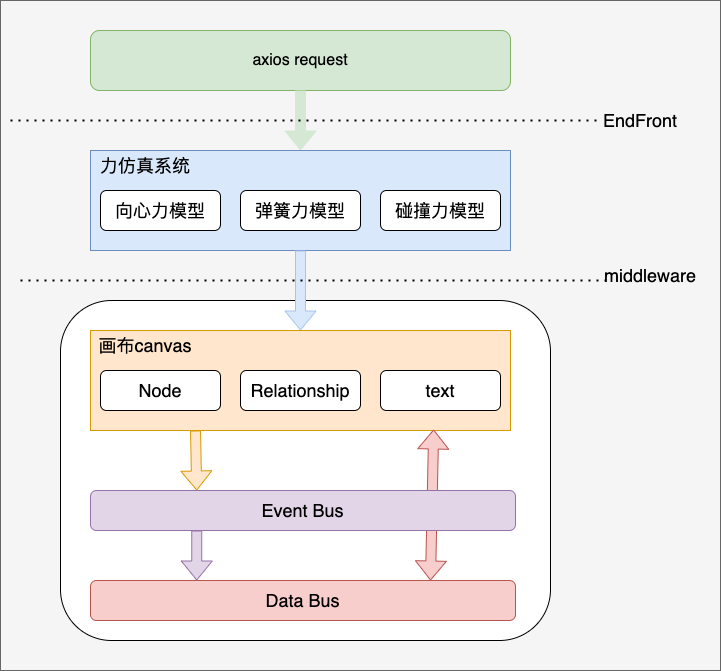
This is docs/imgs/图谱更新整体流程图.png from Alex-Li2018/arrow-app, a draw.io export, as it was before one commit. Source tidied: cells renumbered, new cells last; positions are measured from the earlier drawing's top-left corner, leaving out a move shared by most shapes.
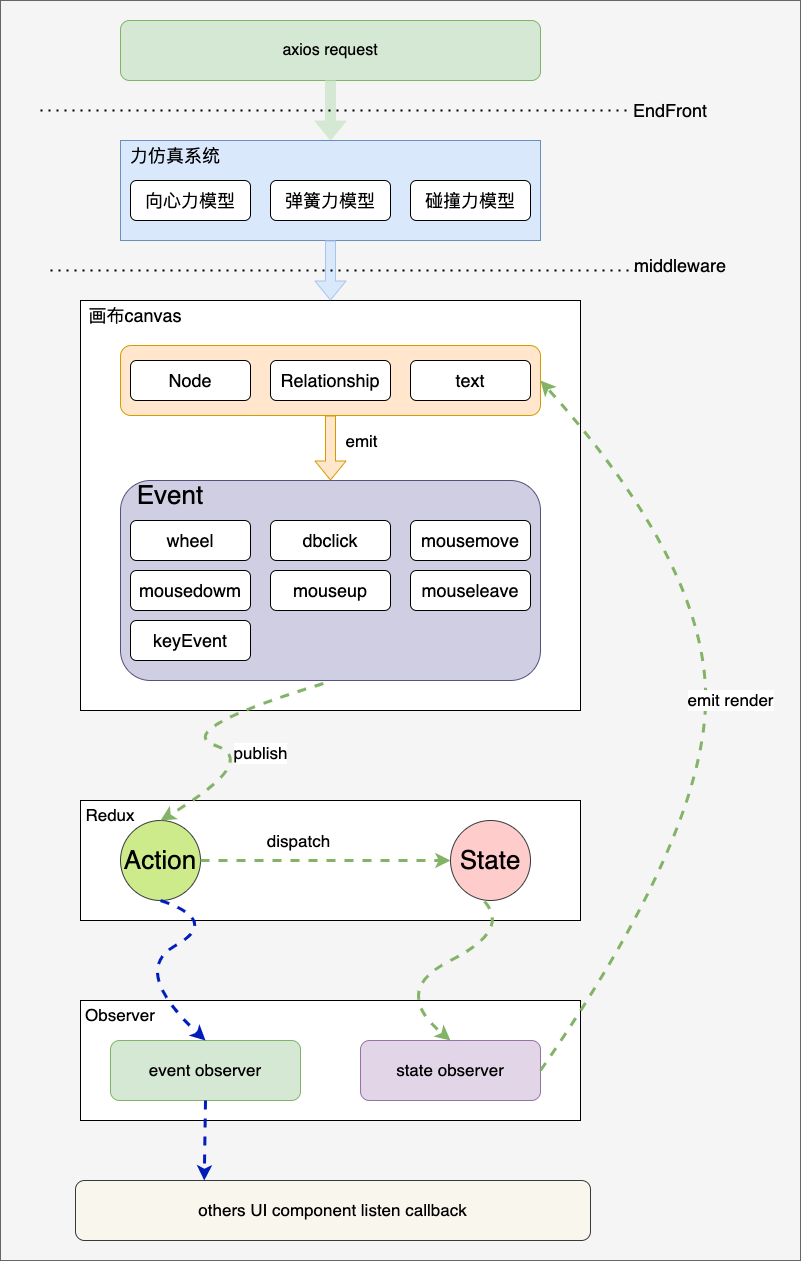
The same diagram one commit later.

Diff of the diagram source:
```diff
@@ -1,13 +1,16 @@
-<mxGraphModel background="#FFFFFF">
+<mxGraphModel>
   <root>
     <mxCell id="0" />
     <mxCell id="1" parent="0" />
-    <mxCell id="2" style="rounded=0;whiteSpace=wrap;html=1;fontSize=18;fillColor=#f5f5f5;fontColor=#333333;strokeColor=#666666;" parent="1" vertex="1">
-      <mxGeometry width="720" height="670" as="geometry" />
-    </mxCell>
-    <mxCell id="3" style="rounded=1;whiteSpace=wrap;html=1;fontSize=18;" parent="1" vertex="1">
-      <mxGeometry x="60" y="300" width="490" height="340" as="geometry" />
-    </mxCell>
+    <mxCell id="26" style="rounded=0;whiteSpace=wrap;html=1;fontSize=17;fillColor=#f5f5f5;fontColor=#333333;strokeColor=#666666;" parent="1" vertex="1">
+      <mxGeometry x="-30" y="10" width="800" height="1260" as="geometry" />
+    </mxCell>
+    <mxCell id="27" style="rounded=0;whiteSpace=wrap;html=1;fontSize=26;" parent="1" vertex="1">
+      <mxGeometry x="50" y="810" width="500" height="120" as="geometry" />
+    </mxCell>
+    <mxCell id="28" style="rounded=0;whiteSpace=wrap;html=1;fontSize=26;" parent="1" vertex="1">
+      <mxGeometry x="50" y="310" width="500" height="410" as="geometry" />
+    </mxCell>
     <mxCell id="4" value="&lt;font size=&quot;3&quot;&gt;axios request&lt;/font&gt;" style="rounded=1;whiteSpace=wrap;html=1;fillColor=#d5e8d4;strokeColor=#82b366;" parent="1" vertex="1">
       <mxGeometry x="90" y="30" width="420" height="60" as="geometry" />
     </mxCell>
@@ -29,41 +32,12 @@
     <mxCell id="10" value="碰撞力模型" style="rounded=1;whiteSpace=wrap;html=1;fontSize=18;" parent="1" vertex="1">
       <mxGeometry x="380" y="190" width="120" height="40" as="geometry" />
     </mxCell>
-    <mxCell id="11" style="shape=flexArrow;endArrow=classic;html=1;rounded=0;fontSize=18;exitX=0.5;exitY=1;exitDx=0;exitDy=0;fillColor=#dae8fc;strokeColor=#A9C4EB;entryX=0.5;entryY=0;entryDx=0;entryDy=0;" parent="1" edge="1" source="6" target="12">
+    <mxCell id="11" style="shape=flexArrow;endArrow=classic;html=1;rounded=0;fontSize=18;exitX=0.5;exitY=1;exitDx=0;exitDy=0;fillColor=#dae8fc;strokeColor=#A9C4EB;entryX=0.5;entryY=0;entryDx=0;entryDy=0;" parent="1" edge="1" source="6" target="28">
       <mxGeometry relative="1" as="geometry" />
     </mxCell>
-    <mxCell id="12" style="rounded=0;whiteSpace=wrap;html=1;fontSize=18;fillColor=#ffe6cc;strokeColor=#d79b00;" parent="1" vertex="1">
-      <mxGeometry x="90" y="330" width="420" height="100" as="geometry" />
-    </mxCell>
     <mxCell id="13" value="画布canvas" style="text;html=1;strokeColor=none;fillColor=none;align=center;verticalAlign=middle;whiteSpace=wrap;rounded=0;fontSize=18;" parent="1" vertex="1">
-      <mxGeometry x="90" y="330" width="110" height="30" as="geometry" />
+      <mxGeometry x="50" y="310" width="110" height="30" as="geometry" />
     </mxCell>
-    <mxCell id="14" value="Node" style="rounded=1;whiteSpace=wrap;html=1;fontSize=18;" parent="1" vertex="1">
-      <mxGeometry x="100" y="370" width="120" height="40" as="geometry" />
-    </mxCell>
-    <mxCell id="15" value="Relationship" style="rounded=1;whiteSpace=wrap;html=1;fontSize=18;" parent="1" vertex="1">
-      <mxGeometry x="240" y="370" width="120" height="40" as="geometry" />
-    </mxCell>
-    <mxCell id="16" value="text" style="rounded=1;whiteSpace=wrap;html=1;fontSize=18;" parent="1" vertex="1">
-      <mxGeometry x="380" y="370" width="120" height="40" as="geometry" />
-    </mxCell>
-    <mxCell id="17" style="shape=flexArrow;endArrow=classic;html=1;rounded=0;fontSize=18;strokeColor=#d79b00;fillColor=#ffe6cc;exitX=0.25;exitY=1;exitDx=0;exitDy=0;entryX=0.25;entryY=0;entryDx=0;entryDy=0;" parent="1" edge="1" source="12" target="21">
-      <mxGeometry relative="1" as="geometry" />
-    </mxCell>
-    <mxCell id="18" value="Data Bus" style="rounded=1;whiteSpace=wrap;html=1;fontSize=18;fillColor=#f8cecc;strokeColor=#b85450;" parent="1" vertex="1">
-      <mxGeometry x="90" y="580" width="425" height="40" as="geometry" />
-    </mxCell>
-    <mxCell id="19" style="shape=flexArrow;endArrow=classic;html=1;rounded=0;fontSize=18;strokeColor=#9673a6;fillColor=#e1d5e7;exitX=0.25;exitY=1;exitDx=0;exitDy=0;entryX=0.25;entryY=0;entryDx=0;entryDy=0;" parent="1" edge="1" source="21" target="18">
-      <mxGeometry relative="1" as="geometry" />
-    </mxCell>
-    <mxCell id="20" style="shape=flexArrow;endArrow=classic;startArrow=classic;html=1;rounded=0;fontSize=18;strokeColor=#b85450;fillColor=#f8cecc;entryX=0.817;entryY=0.99;entryDx=0;entryDy=0;entryPerimeter=0;" parent="1" edge="1" target="12">
-      <mxGeometry relative="1" as="geometry">
-        <mxPoint x="430" y="580" as="sourcePoint" />
-      </mxGeometry>
-    </mxCell>
-    <mxCell id="21" value="Event Bus" style="rounded=1;whiteSpace=wrap;html=1;fontSize=18;fillColor=#e1d5e7;strokeColor=#9673a6;" parent="1" vertex="1">
-      <mxGeometry x="90" y="490" width="425" height="40" as="geometry" />
-    </mxCell>
     <mxCell id="22" style="endArrow=none;dashed=1;html=1;dashPattern=1 3;strokeWidth=2;rounded=0;fontSize=18;fillColor=#B9E0A5;" parent="1" edge="1">
       <mxGeometry relative="1" as="geometry">
         <mxPoint x="20" y="280" as="sourcePoint" />
@@ -81,5 +55,124 @@
     <mxCell id="25" value="middleware" style="text;html=1;strokeColor=none;fillColor=none;align=center;verticalAlign=middle;whiteSpace=wrap;rounded=0;fontSize=18;" parent="1" vertex="1">
       <mxGeometry x="600" y="260" width="100" height="30" as="geometry" />
     </mxCell>
+    <mxCell id="29" value="&lt;font style=&quot;font-size: 26px;&quot;&gt;Action&lt;/font&gt;" style="ellipse;whiteSpace=wrap;html=1;fillColor=#cdeb8b;strokeColor=#36393d;" parent="1" vertex="1">
+      <mxGeometry x="90" y="830" width="80" height="80" as="geometry" />
+    </mxCell>
+    <mxCell id="30" value="&lt;font style=&quot;font-size: 26px;&quot;&gt;State&lt;/font&gt;" style="ellipse;whiteSpace=wrap;html=1;fillColor=#ffcccc;strokeColor=#36393d;" parent="1" vertex="1">
+      <mxGeometry x="420" y="830" width="80" height="80" as="geometry" />
+    </mxCell>
+    <mxCell id="31" style="rounded=1;whiteSpace=wrap;html=1;fontSize=26;fillColor=#ffe6cc;strokeColor=#d79b00;" parent="1" vertex="1">
+      <mxGeometry x="90" y="355" width="420" height="70" as="geometry" />
+    </mxCell>
+    <mxCell id="14" value="Node" style="rounded=1;whiteSpace=wrap;html=1;fontSize=18;" parent="1" vertex="1">
+      <mxGeometry x="100" y="370" width="120" height="40" as="geometry" />
+    </mxCell>
+    <mxCell id="15" value="Relationship" style="rounded=1;whiteSpace=wrap;html=1;fontSize=18;" parent="1" vertex="1">
+      <mxGeometry x="240" y="370" width="120" height="40" as="geometry" />
+    </mxCell>
+    <mxCell id="16" value="text" style="rounded=1;whiteSpace=wrap;html=1;fontSize=18;" parent="1" vertex="1">
+      <mxGeometry x="380" y="370" width="120" height="40" as="geometry" />
+    </mxCell>
+    <mxCell id="32" style="rounded=1;whiteSpace=wrap;html=1;fontSize=26;fillColor=#d0cee2;strokeColor=#56517e;" parent="1" vertex="1">
+      <mxGeometry x="90" y="490" width="420" height="200" as="geometry" />
+    </mxCell>
+    <mxCell id="33" value="wheel" style="rounded=1;whiteSpace=wrap;html=1;fontSize=18;" parent="1" vertex="1">
+      <mxGeometry x="100" y="530" width="120" height="40" as="geometry" />
+    </mxCell>
+    <mxCell id="34" value="dbclick" style="rounded=1;whiteSpace=wrap;html=1;fontSize=18;" parent="1" vertex="1">
+      <mxGeometry x="240" y="530" width="120" height="40" as="geometry" />
+    </mxCell>
+    <mxCell id="35" value="mousemove" style="rounded=1;whiteSpace=wrap;html=1;fontSize=18;" parent="1" vertex="1">
+      <mxGeometry x="380" y="530" width="120" height="40" as="geometry" />
+    </mxCell>
+    <mxCell id="36" value="Event" style="text;html=1;strokeColor=none;fillColor=none;align=center;verticalAlign=middle;whiteSpace=wrap;rounded=0;fontSize=26;" parent="1" vertex="1">
+      <mxGeometry x="110" y="490" width="60" height="30" as="geometry" />
+    </mxCell>
+    <mxCell id="37" value="mousedowm" style="rounded=1;whiteSpace=wrap;html=1;fontSize=18;" parent="1" vertex="1">
+      <mxGeometry x="100" y="580" width="120" height="40" as="geometry" />
+    </mxCell>
+    <mxCell id="38" value="mouseup" style="rounded=1;whiteSpace=wrap;html=1;fontSize=18;" parent="1" vertex="1">
+      <mxGeometry x="240" y="580" width="120" height="40" as="geometry" />
+    </mxCell>
+    <mxCell id="39" value="mouseleave" style="rounded=1;whiteSpace=wrap;html=1;fontSize=18;" parent="1" vertex="1">
+      <mxGeometry x="380" y="580" width="120" height="40" as="geometry" />
+    </mxCell>
+    <mxCell id="40" value="keyEvent" style="rounded=1;whiteSpace=wrap;html=1;fontSize=18;" parent="1" vertex="1">
+      <mxGeometry x="100" y="630" width="120" height="40" as="geometry" />
+    </mxCell>
+    <mxCell id="41" style="shape=flexArrow;endArrow=classic;html=1;rounded=0;fontSize=26;exitX=0.5;exitY=1;exitDx=0;exitDy=0;fillColor=#ffe6cc;strokeColor=#d79b00;" parent="1" edge="1" source="31" target="32">
+      <mxGeometry relative="1" as="geometry" />
+    </mxCell>
+    <mxCell id="42" value="emit" style="edgeLabel;html=1;align=center;verticalAlign=middle;fontSize=17;" parent="41" vertex="1">
+      <mxGeometry x="0.23" y="-3" relative="1" as="geometry">
+        <mxPoint x="33" y="-15" as="offset" />
+      </mxGeometry>
+    </mxCell>
+    <mxCell id="43" style="curved=1;endArrow=classic;html=1;rounded=0;fontSize=26;exitX=0.483;exitY=1.015;exitDx=0;exitDy=0;exitPerimeter=0;entryX=0.5;entryY=0;entryDx=0;entryDy=0;fillColor=#d5e8d4;strokeColor=#82b366;strokeWidth=3;dashed=1;" parent="1" edge="1" source="32" target="29">
+      <mxGeometry relative="1" as="geometry">
+        <Array as="points">
+          <mxPoint x="140" y="740" />
+          <mxPoint x="230" y="770" />
+        </Array>
+      </mxGeometry>
+    </mxCell>
+    <mxCell id="44" value="publish" style="edgeLabel;html=1;align=center;verticalAlign=middle;fontSize=17;" parent="43" vertex="1">
+      <mxGeometry x="0.2" y="-3" relative="1" as="geometry">
+        <mxPoint x="31" as="offset" />
+      </mxGeometry>
+    </mxCell>
+    <mxCell id="45" style="endArrow=classic;html=1;rounded=0;fontSize=17;strokeWidth=3;exitX=1;exitY=0.5;exitDx=0;exitDy=0;entryX=0;entryY=0.5;entryDx=0;entryDy=0;fillColor=#d5e8d4;strokeColor=#82b366;dashed=1;" parent="1" edge="1" source="29" target="30">
+      <mxGeometry relative="1" as="geometry" />
+    </mxCell>
+    <mxCell id="46" value="dispatch" style="edgeLabel;html=1;align=center;verticalAlign=middle;fontSize=17;" parent="45" vertex="1">
+      <mxGeometry x="-0.31" y="-4" relative="1" as="geometry">
+        <mxPoint x="11" y="-24" as="offset" />
+      </mxGeometry>
+    </mxCell>
+    <mxCell id="47" value="Redux" style="text;html=1;strokeColor=none;fillColor=none;align=center;verticalAlign=middle;whiteSpace=wrap;rounded=0;fontSize=17;" parent="1" vertex="1">
+      <mxGeometry x="50" y="810" width="60" height="30" as="geometry" />
+    </mxCell>
+    <mxCell id="48" style="rounded=0;whiteSpace=wrap;html=1;fontSize=26;" parent="1" vertex="1">
+      <mxGeometry x="50" y="1010" width="500" height="120" as="geometry" />
+    </mxCell>
+    <mxCell id="49" value="Observer" style="text;html=1;strokeColor=none;fillColor=none;align=center;verticalAlign=middle;whiteSpace=wrap;rounded=0;fontSize=17;" parent="1" vertex="1">
+      <mxGeometry x="50" y="1010" width="80" height="30" as="geometry" />
+    </mxCell>
+    <mxCell id="50" value="event observer" style="rounded=1;whiteSpace=wrap;html=1;fontSize=17;fillColor=#d5e8d4;strokeColor=#82b366;" parent="1" vertex="1">
+      <mxGeometry x="80" y="1050" width="190" height="60" as="geometry" />
+    </mxCell>
+    <mxCell id="51" value="state observer" style="rounded=1;whiteSpace=wrap;html=1;fontSize=17;fillColor=#e1d5e7;strokeColor=#9673a6;" parent="1" vertex="1">
+      <mxGeometry x="330" y="1050" width="180" height="60" as="geometry" />
+    </mxCell>
+    <mxCell id="52" style="curved=1;endArrow=classic;html=1;rounded=0;dashed=1;fontSize=17;strokeWidth=3;exitX=0.425;exitY=1.013;exitDx=0;exitDy=0;exitPerimeter=0;entryX=0.5;entryY=0;entryDx=0;entryDy=0;fillColor=#d5e8d4;strokeColor=#82b366;" parent="1" edge="1" source="30" target="51">
+      <mxGeometry relative="1" as="geometry">
+        <Array as="points">
+          <mxPoint x="480" y="940" />
+          <mxPoint x="360" y="1000" />
+        </Array>
+      </mxGeometry>
+    </mxCell>
+    <mxCell id="53" value="emit render" style="curved=1;endArrow=classic;html=1;rounded=0;dashed=1;fontSize=17;strokeWidth=3;exitX=1;exitY=0.5;exitDx=0;exitDy=0;fillColor=#d5e8d4;strokeColor=#82b366;entryX=1;entryY=0.5;entryDx=0;entryDy=0;" parent="1" edge="1" source="51" target="31">
+      <mxGeometry x="0.05" y="-25" relative="1" as="geometry">
+        <Array as="points">
+          <mxPoint x="670" y="850" />
+          <mxPoint x="680" y="580" />
+        </Array>
+      </mxGeometry>
+    </mxCell>
+    <mxCell id="54" style="curved=1;endArrow=classic;html=1;rounded=0;fontSize=26;exitX=0.5;exitY=1;exitDx=0;exitDy=0;entryX=0.5;entryY=0;entryDx=0;entryDy=0;fillColor=#0050ef;strokeColor=#001DBC;strokeWidth=3;dashed=1;" parent="1" edge="1" source="29" target="50">
+      <mxGeometry relative="1" as="geometry">
+        <Array as="points">
+          <mxPoint x="190" y="930" />
+          <mxPoint x="100" y="980" />
+        </Array>
+      </mxGeometry>
+    </mxCell>
+    <mxCell id="55" value="others UI component listen callback" style="rounded=1;whiteSpace=wrap;html=1;fontSize=17;fillColor=#f9f7ed;strokeColor=#36393d;" parent="1" vertex="1">
+      <mxGeometry x="45" y="1190" width="515" height="60" as="geometry" />
+    </mxCell>
+    <mxCell id="56" style="endArrow=classic;html=1;rounded=0;fontSize=17;strokeWidth=3;exitX=0.5;exitY=1;exitDx=0;exitDy=0;entryX=0.25;entryY=0;entryDx=0;entryDy=0;fillColor=#0050ef;strokeColor=#001DBC;dashed=1;" parent="1" edge="1" source="50" target="55">
+      <mxGeometry relative="1" as="geometry" />
+    </mxCell>
   </root>
 </mxGraphModel>
```
